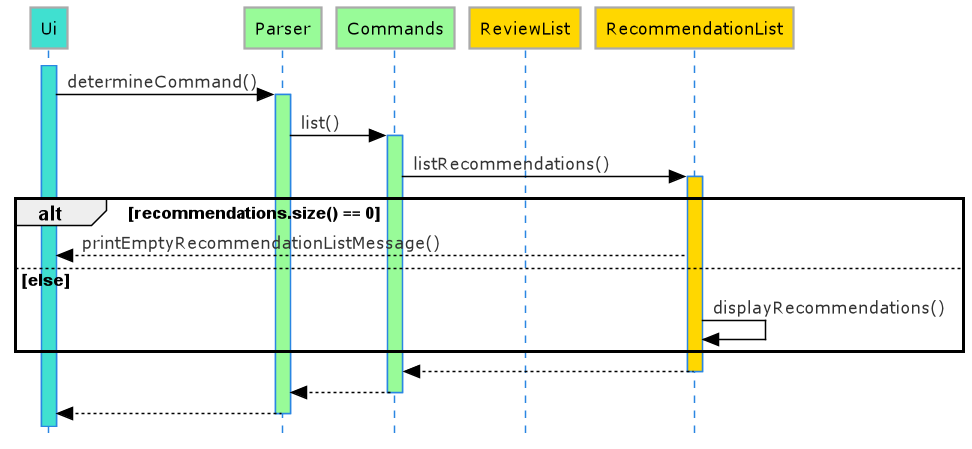
This is docs/diagrams/List_Reco_Sequence_Diagram.png from nus-cs2113-AY2021S2/tp, a PlantUML export, as it was before one commit. The source it was exported from:
```plantuml
@startuml List_Sequence_Diagram
!define LIGHTBLUE
!includeurl https://raw.githubusercontent.com/Drakemor/RedDress-PlantUML/master/style.puml
skinparam style strictuml

participant Ui #Turquoise
participant Parser #PaleGreen
participant Commands #PaleGreen
participant ReviewList #Gold
participant RecommendationList #Gold

activate Ui #Turquoise
Ui -> Parser : determineCommand()
activate Parser #PaleGreen

Parser -> Commands : list()
activate Commands #PaleGreen


    Commands -> RecommendationList : listRecommendations()
    activate RecommendationList #Gold

    alt recommendations.size() == 0
        RecommendationList --> Ui : printEmptyRecommendationListMessage()

    else else
        RecommendationList -> RecommendationList : displayRecommendations()
    end

RecommendationList --> Commands
deactivate RecommendationList


Commands --> Parser
deactivate Commands
Parser --> Ui
deactivate Parser

@enduml
```
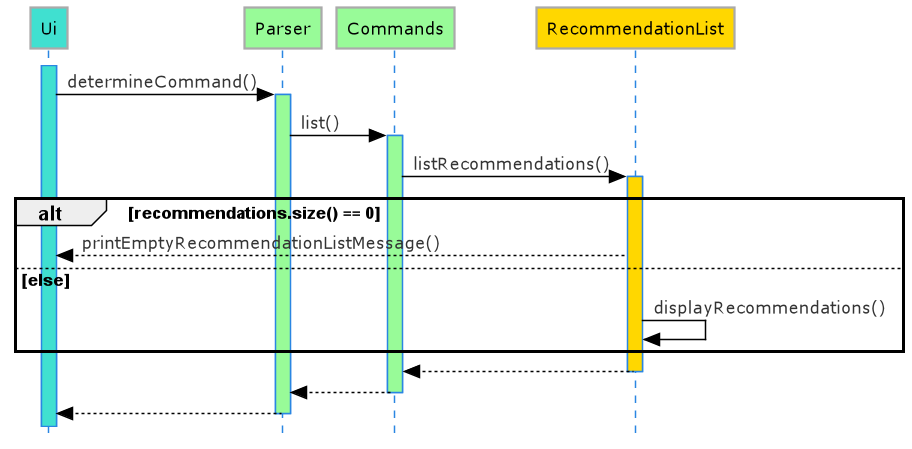
Later version of the same file.

Diff of the diagram source:
```diff
@@ -6,7 +6,6 @@
 participant Ui #Turquoise
 participant Parser #PaleGreen
 participant Commands #PaleGreen
-participant ReviewList #Gold
 participant RecommendationList #Gold
 
 activate Ui #Turquoise
```
